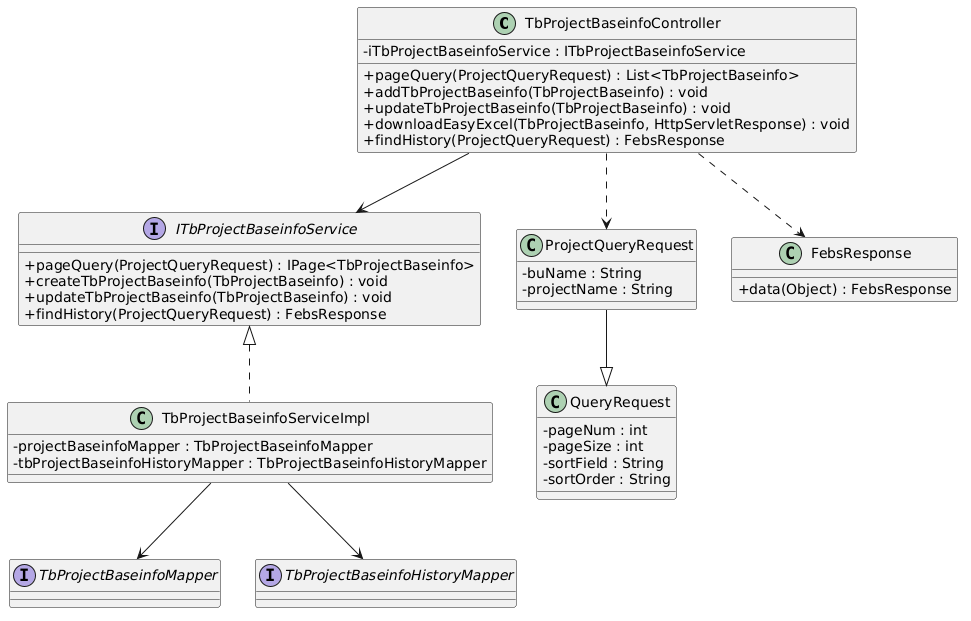
This is imgs/cLass/项目基本信息管理类图.png from Moon-Knight1/SEU-Graduation-Thesis-Template, a PlantUML export, as it was before one commit.
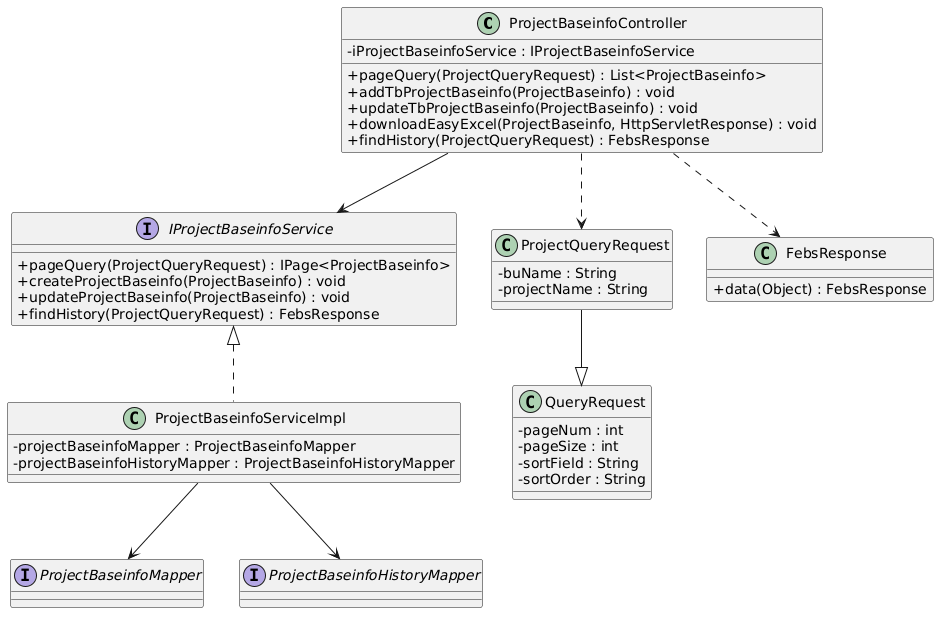
After the commit.

Change to the diagram source:
```diff
@@ -1,29 +1,29 @@
 @startuml
 skinparam classAttributeIconSize 0
 
-class TbProjectBaseinfoController {
-    - iTbProjectBaseinfoService : ITbProjectBaseinfoService
-    + pageQuery(ProjectQueryRequest) : List<TbProjectBaseinfo>
-    + addTbProjectBaseinfo(TbProjectBaseinfo) : void
-    + updateTbProjectBaseinfo(TbProjectBaseinfo) : void
-    + downloadEasyExcel(TbProjectBaseinfo, HttpServletResponse) : void
+class ProjectBaseinfoController {
+    - iProjectBaseinfoService : IProjectBaseinfoService
+    + pageQuery(ProjectQueryRequest) : List<ProjectBaseinfo>
+    + addTbProjectBaseinfo(ProjectBaseinfo) : void
+    + updateTbProjectBaseinfo(ProjectBaseinfo) : void
+    + downloadEasyExcel(ProjectBaseinfo, HttpServletResponse) : void
     + findHistory(ProjectQueryRequest) : FebsResponse
 }
 
-interface ITbProjectBaseinfoService {
-    + pageQuery(ProjectQueryRequest) : IPage<TbProjectBaseinfo>
-    + createTbProjectBaseinfo(TbProjectBaseinfo) : void
-    + updateTbProjectBaseinfo(TbProjectBaseinfo) : void
+interface IProjectBaseinfoService {
+    + pageQuery(ProjectQueryRequest) : IPage<ProjectBaseinfo>
+    + createProjectBaseinfo(ProjectBaseinfo) : void
+    + updateProjectBaseinfo(ProjectBaseinfo) : void
     + findHistory(ProjectQueryRequest) : FebsResponse
 }
 
-class TbProjectBaseinfoServiceImpl {
-    - projectBaseinfoMapper : TbProjectBaseinfoMapper
-    - tbProjectBaseinfoHistoryMapper : TbProjectBaseinfoHistoryMapper
+class ProjectBaseinfoServiceImpl {
+    - projectBaseinfoMapper : ProjectBaseinfoMapper
+    - projectBaseinfoHistoryMapper : ProjectBaseinfoHistoryMapper
 }
 
-interface TbProjectBaseinfoMapper
-interface TbProjectBaseinfoHistoryMapper
+interface ProjectBaseinfoMapper
+interface ProjectBaseinfoHistoryMapper
 
 class QueryRequest {
     - pageNum : int
@@ -43,13 +43,13 @@
     + data(Object) : FebsResponse
 }
 
-TbProjectBaseinfoController --> ITbProjectBaseinfoService
+ProjectBaseinfoController --> IProjectBaseinfoService
 
-TbProjectBaseinfoController ..> ProjectQueryRequest
-TbProjectBaseinfoController ..> FebsResponse
+ProjectBaseinfoController ..> ProjectQueryRequest
+ProjectBaseinfoController ..> FebsResponse
 
-ITbProjectBaseinfoService <|.. TbProjectBaseinfoServiceImpl
+IProjectBaseinfoService <|.. ProjectBaseinfoServiceImpl
 
-TbProjectBaseinfoServiceImpl --> TbProjectBaseinfoMapper
-TbProjectBaseinfoServiceImpl --> TbProjectBaseinfoHistoryMapper
+ProjectBaseinfoServiceImpl --> ProjectBaseinfoMapper
+ProjectBaseinfoServiceImpl --> ProjectBaseinfoHistoryMapper
 @enduml
```
